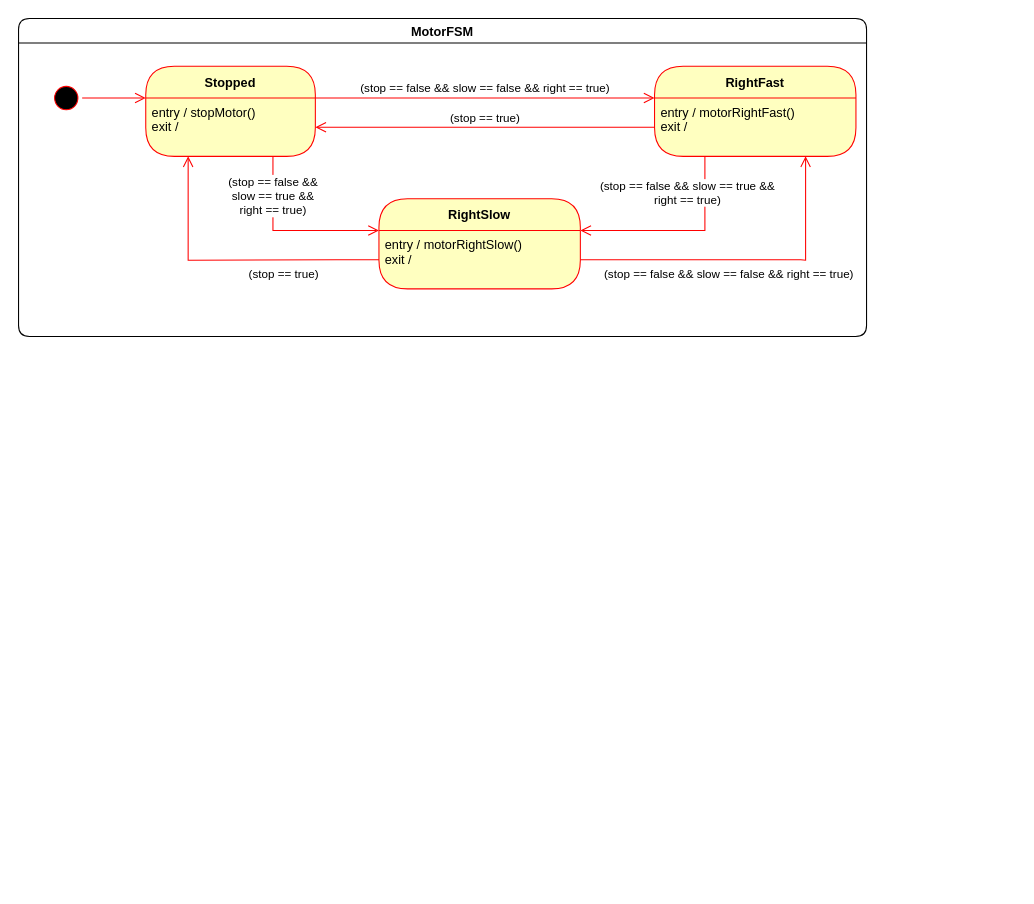
Above: page "motor" (2 of 5) of docs/diagrams/fsm/state_machines.drawio in u2knwy/ESEP-2023SoSe-Team-2-1 (draw.io), before the change. Source tidied: cells renumbered, new cells numbered last; positions are measured from the earlier drawing's top-left corner, leaving out a move shared by most shapes. Both pictures are drawn from the tidied source at 106%, with x=0, y=0 at pixel (18, 18).
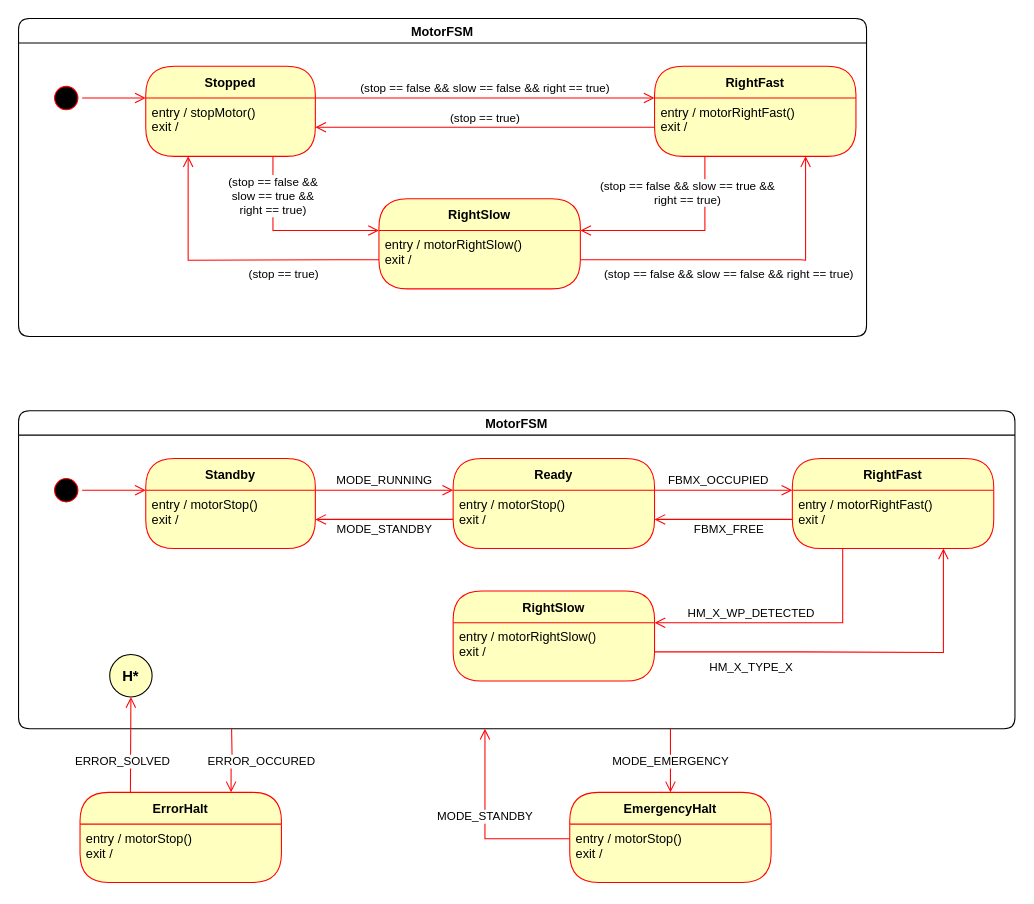
Above is the later version.

What changed in the source:
```diff
@@
+    <mxCell id="17" value="MotorFSM" style="swimlane;rounded=1;fillColor=none;startSize=23;" parent="1" vertex="1">
+      <mxGeometry y="370" width="940" height="300" as="geometry" />
+    </mxCell>
+    <mxCell id="18" style="ellipse;html=1;shape=startState;fillColor=#000000;strokeColor=#ff0000;" parent="17" vertex="1">
+      <mxGeometry x="30" y="60" width="30" height="30" as="geometry" />
+    </mxCell>
+    <mxCell id="19" value="Standby" style="swimlane;fontStyle=1;align=center;verticalAlign=middle;horizontal=1;startSize=30;fontColor=#000000;rounded=1;arcSize=30;strokeColor=#ff0000;fillColor=#ffffc0;swimlaneFillColor=#ffffc0;" parent="17" vertex="1">
+      <mxGeometry x="120" y="45" width="160" height="85" as="geometry" />
+    </mxCell>
+    <mxCell id="20" value="&lt;div style=&quot;&quot;&gt;&lt;span style=&quot;background-color: initial;&quot;&gt;entry / motorStop()&lt;/span&gt;&lt;/div&gt;exit /" style="text;html=1;strokeColor=none;fillColor=none;align=left;verticalAlign=top;spacingLeft=4;spacingRight=4;whiteSpace=wrap;overflow=hidden;fontColor=#000000;" parent="19" vertex="1">
+      <mxGeometry y="30" width="160" height="55" as="geometry" />
+    </mxCell>
+    <mxCell id="21" style="edgeStyle=orthogonalEdgeStyle;html=1;verticalAlign=bottom;endArrow=open;endSize=8;strokeColor=#ff0000;rounded=0;entryX=0;entryY=0;entryDx=0;entryDy=0;" parent="17" edge="1" source="18" target="20">
+      <mxGeometry relative="1" as="geometry">
+        <Array as="points">
+          <mxPoint x="110" y="75" />
+          <mxPoint x="110" y="75" />
+        </Array>
+      </mxGeometry>
+    </mxCell>
+    <mxCell id="22" value="RightSlow" style="swimlane;fontStyle=1;align=center;verticalAlign=middle;horizontal=1;startSize=30;fontColor=#000000;rounded=1;arcSize=30;strokeColor=#ff0000;fillColor=#ffffc0;swimlaneFillColor=#ffffc0;" parent="17" vertex="1">
+      <mxGeometry x="410" y="170" width="190" height="85" as="geometry" />
+    </mxCell>
+    <mxCell id="23" value="entry / motorRightSlow()&lt;br&gt;exit /" style="text;html=1;strokeColor=none;fillColor=none;align=left;verticalAlign=top;spacingLeft=4;spacingRight=4;whiteSpace=wrap;overflow=hidden;fontColor=#000000;" parent="22" vertex="1">
+      <mxGeometry y="30" width="190" height="55" as="geometry" />
+    </mxCell>
+    <mxCell id="24" value="Ready" style="swimlane;fontStyle=1;align=center;verticalAlign=middle;horizontal=1;startSize=30;fontColor=#000000;rounded=1;arcSize=30;strokeColor=#ff0000;fillColor=#ffffc0;swimlaneFillColor=#ffffc0;" parent="17" vertex="1">
+      <mxGeometry x="410" y="45" width="190" height="85" as="geometry" />
+    </mxCell>
+    <mxCell id="25" value="entry / motorStop()&lt;br&gt;exit /" style="text;html=1;strokeColor=none;fillColor=none;align=left;verticalAlign=top;spacingLeft=4;spacingRight=4;whiteSpace=wrap;overflow=hidden;fontColor=#000000;" parent="24" vertex="1">
+      <mxGeometry y="30" width="190" height="55" as="geometry" />
+    </mxCell>
+    <mxCell id="26" value="RightFast" style="swimlane;fontStyle=1;align=center;verticalAlign=middle;horizontal=1;startSize=30;fontColor=#000000;rounded=1;arcSize=30;strokeColor=#ff0000;fillColor=#ffffc0;swimlaneFillColor=#ffffc0;" parent="17" vertex="1">
+      <mxGeometry x="730" y="45" width="190" height="85" as="geometry" />
+    </mxCell>
+    <mxCell id="27" value="entry / motorRightFast()&lt;br&gt;exit /" style="text;html=1;strokeColor=none;fillColor=none;align=left;verticalAlign=top;spacingLeft=4;spacingRight=4;whiteSpace=wrap;overflow=hidden;fontColor=#000000;" parent="26" vertex="1">
+      <mxGeometry y="30" width="190" height="55" as="geometry" />
+    </mxCell>
+    <mxCell id="28" value="HM_X_WP_DETECTED" style="edgeStyle=orthogonalEdgeStyle;html=1;verticalAlign=bottom;endArrow=open;endSize=8;strokeColor=#ff0000;rounded=0;entryX=1;entryY=0;entryDx=0;entryDy=0;exitX=0.25;exitY=1;exitDx=0;exitDy=0;" parent="17" edge="1" source="27" target="23">
+      <mxGeometry x="0.27" relative="1" as="geometry">
+        <Array as="points">
+          <mxPoint x="778" y="200" />
+        </Array>
+      </mxGeometry>
+    </mxCell>
+    <mxCell id="29" value="HM_X_TYPE_X" style="edgeStyle=orthogonalEdgeStyle;html=1;verticalAlign=bottom;endArrow=open;endSize=8;strokeColor=#ff0000;rounded=0;entryX=0.75;entryY=1;entryDx=0;entryDy=0;exitX=1;exitY=0.5;exitDx=0;exitDy=0;" parent="17" edge="1" source="23" target="27">
+      <mxGeometry x="-0.51" y="-23" relative="1" as="geometry">
+        <Array as="points">
+          <mxPoint x="738" y="228" />
+          <mxPoint x="743" y="228" />
+        </Array>
+      </mxGeometry>
+    </mxCell>
+    <mxCell id="30" value="MODE_RUNNING" style="edgeStyle=orthogonalEdgeStyle;html=1;verticalAlign=bottom;endArrow=open;endSize=8;strokeColor=#ff0000;rounded=0;entryX=0;entryY=0;entryDx=0;entryDy=0;exitX=1;exitY=0;exitDx=0;exitDy=0;" parent="17" edge="1" source="20" target="25">
+      <mxGeometry relative="1" as="geometry">
+        <Array as="points">
+          <mxPoint x="370" y="75" />
+          <mxPoint x="370" y="75" />
+        </Array>
+      </mxGeometry>
+    </mxCell>
+    <mxCell id="31" value="MODE_STANDBY" style="edgeStyle=orthogonalEdgeStyle;html=1;verticalAlign=bottom;endArrow=open;endSize=8;strokeColor=#ff0000;rounded=0;entryX=1;entryY=0.5;entryDx=0;entryDy=0;exitX=0;exitY=0.5;exitDx=0;exitDy=0;" parent="17" edge="1" source="25" target="20">
+      <mxGeometry y="18" relative="1" as="geometry" />
+    </mxCell>
+    <mxCell id="32" value="FBMX_OCCUPIED" style="edgeStyle=orthogonalEdgeStyle;html=1;verticalAlign=bottom;endArrow=open;endSize=8;strokeColor=#ff0000;rounded=0;entryX=0;entryY=0;entryDx=0;entryDy=0;exitX=1;exitY=0;exitDx=0;exitDy=0;" parent="17" edge="1" source="25" target="27">
+      <mxGeometry x="-0.08" relative="1" as="geometry">
+        <Array as="points">
+          <mxPoint x="730" y="75" />
+        </Array>
+      </mxGeometry>
+    </mxCell>
+    <mxCell id="33" value="FBMX_FREE" style="edgeStyle=orthogonalEdgeStyle;html=1;verticalAlign=bottom;endArrow=open;endSize=8;strokeColor=#ff0000;rounded=0;entryX=1;entryY=0.5;entryDx=0;entryDy=0;exitX=0;exitY=0.5;exitDx=0;exitDy=0;" parent="17" edge="1" source="27" target="25">
+      <mxGeometry x="-0.08" y="18" relative="1" as="geometry">
+        <Array as="points">
+          <mxPoint x="730" y="103" />
+          <mxPoint x="730" y="103" />
+        </Array>
+      </mxGeometry>
+    </mxCell>
+    <mxCell id="34" value="H*" style="ellipse;whiteSpace=wrap;html=1;rounded=1;fillColor=#FFFFC0;fontStyle=1;fontSize=14;" parent="17" vertex="1">
+      <mxGeometry x="86" y="230" width="40" height="40" as="geometry" />
+    </mxCell>
+    <mxCell id="35" value="EmergencyHalt" style="swimlane;fontStyle=1;align=center;verticalAlign=middle;horizontal=1;startSize=30;fontColor=#000000;rounded=1;arcSize=30;strokeColor=#ff0000;fillColor=#ffffc0;swimlaneFillColor=#ffffc0;" parent="1" vertex="1">
+      <mxGeometry x="520" y="730" width="190" height="85" as="geometry" />
+    </mxCell>
+    <mxCell id="36" value="entry / motorStop()&lt;br&gt;exit /" style="text;html=1;strokeColor=none;fillColor=none;align=left;verticalAlign=top;spacingLeft=4;spacingRight=4;whiteSpace=wrap;overflow=hidden;fontColor=#000000;" parent="35" vertex="1">
+      <mxGeometry y="30" width="190" height="55" as="geometry" />
+    </mxCell>
+    <mxCell id="37" value="MODE_EMERGENCY" style="edgeStyle=orthogonalEdgeStyle;html=1;verticalAlign=bottom;endArrow=open;endSize=8;strokeColor=#ff0000;rounded=0;entryX=0.5;entryY=0;entryDx=0;entryDy=0;" parent="1" edge="1" target="35">
+      <mxGeometry x="0.33" relative="1" as="geometry">
+        <mxPoint x="615" y="670" as="sourcePoint" />
+        <Array as="points">
+          <mxPoint x="615" y="710" />
+          <mxPoint x="615" y="710" />
+        </Array>
+      </mxGeometry>
+    </mxCell>
+    <mxCell id="38" value="MODE_STANDBY" style="edgeStyle=orthogonalEdgeStyle;html=1;verticalAlign=bottom;endArrow=open;endSize=8;strokeColor=#ff0000;rounded=0;exitX=0;exitY=0.25;exitDx=0;exitDy=0;" parent="1" edge="1" source="36">
+      <mxGeometry relative="1" as="geometry">
+        <mxPoint x="440" y="670" as="targetPoint" />
+        <Array as="points">
+          <mxPoint x="440" y="774" />
+        </Array>
+      </mxGeometry>
+    </mxCell>
+    <mxCell id="39" value="ERROR_OCCURED" style="edgeStyle=orthogonalEdgeStyle;html=1;verticalAlign=bottom;endArrow=open;endSize=8;strokeColor=#ff0000;rounded=0;entryX=0.75;entryY=0;entryDx=0;entryDy=0;" parent="1" edge="1" target="41">
+      <mxGeometry x="0.34" y="28" relative="1" as="geometry">
+        <mxPoint x="201" y="670" as="sourcePoint" />
+      </mxGeometry>
+    </mxCell>
+    <mxCell id="40" value="ERROR_SOLVED" style="edgeStyle=orthogonalEdgeStyle;html=1;verticalAlign=bottom;endArrow=open;endSize=8;strokeColor=#ff0000;rounded=0;exitX=0.25;exitY=0;exitDx=0;exitDy=0;entryX=0.5;entryY=1;entryDx=0;entryDy=0;" parent="1" edge="1" source="41" target="34">
+      <mxGeometry x="-0.4" y="8" relative="1" as="geometry">
+        <Array as="points">
+          <mxPoint x="106" y="735" />
+          <mxPoint x="106" y="640" />
+        </Array>
+      </mxGeometry>
+    </mxCell>
+    <mxCell id="41" value="ErrorHalt" style="swimlane;fontStyle=1;align=center;verticalAlign=middle;horizontal=1;startSize=30;fontColor=#000000;rounded=1;arcSize=30;strokeColor=#ff0000;fillColor=#ffffc0;swimlaneFillColor=#ffffc0;" parent="1" vertex="1">
+      <mxGeometry x="58" y="730" width="190" height="85" as="geometry" />
+    </mxCell>
+    <mxCell id="42" value="entry / motorStop()&lt;br&gt;exit /" style="text;html=1;strokeColor=none;fillColor=none;align=left;verticalAlign=top;spacingLeft=4;spacingRight=4;whiteSpace=wrap;overflow=hidden;fontColor=#000000;" parent="41" vertex="1">
+      <mxGeometry y="30" width="190" height="55" as="geometry" />
+    </mxCell>
```
